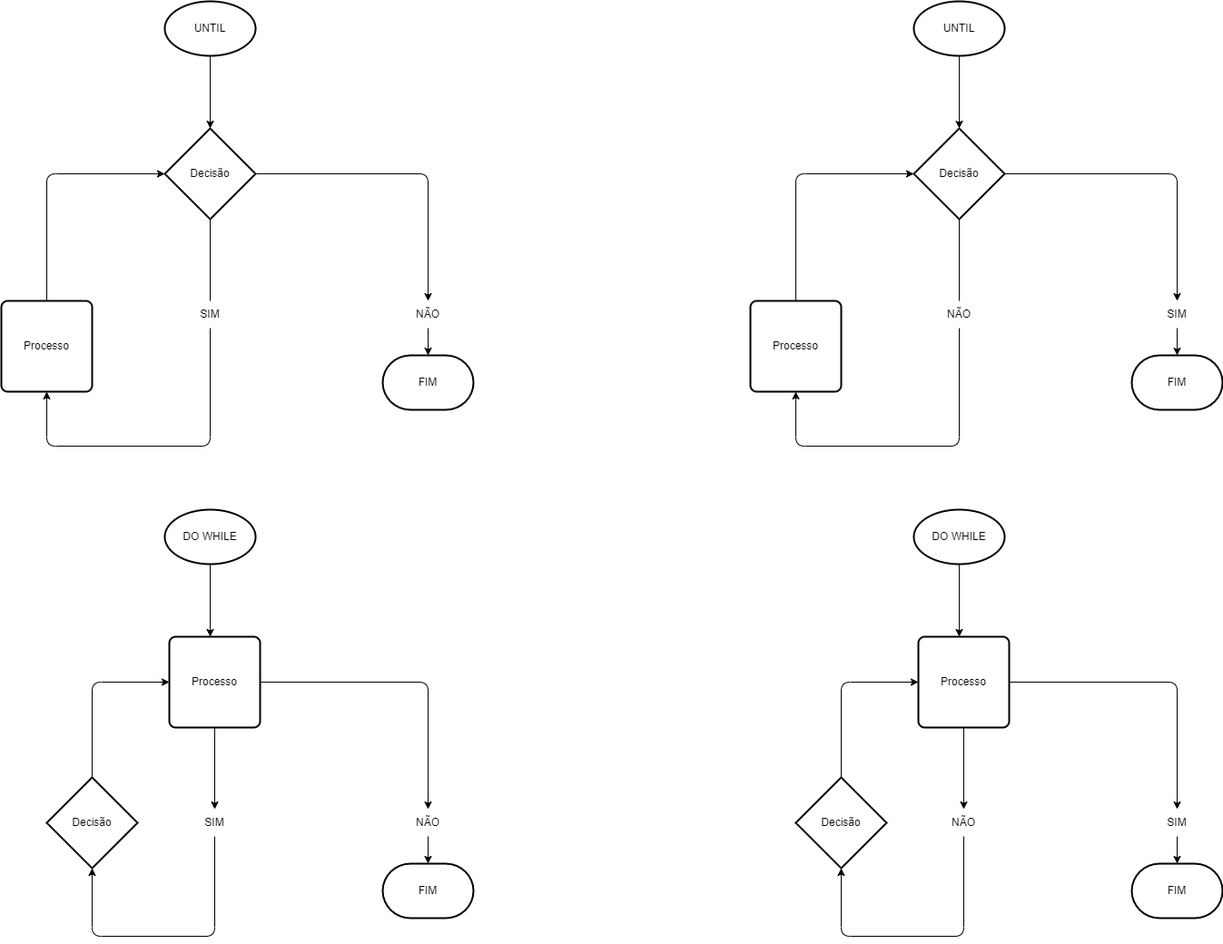
BATENDER/exercicios_fluxograma keeps this draw.io diagram as estruturasdeRepeticao.png. Above is the earlier version. Source tidied: cells renumbered, new cells last; positions are measured from the earlier drawing's top-left corner, leaving out a move shared by most shapes.
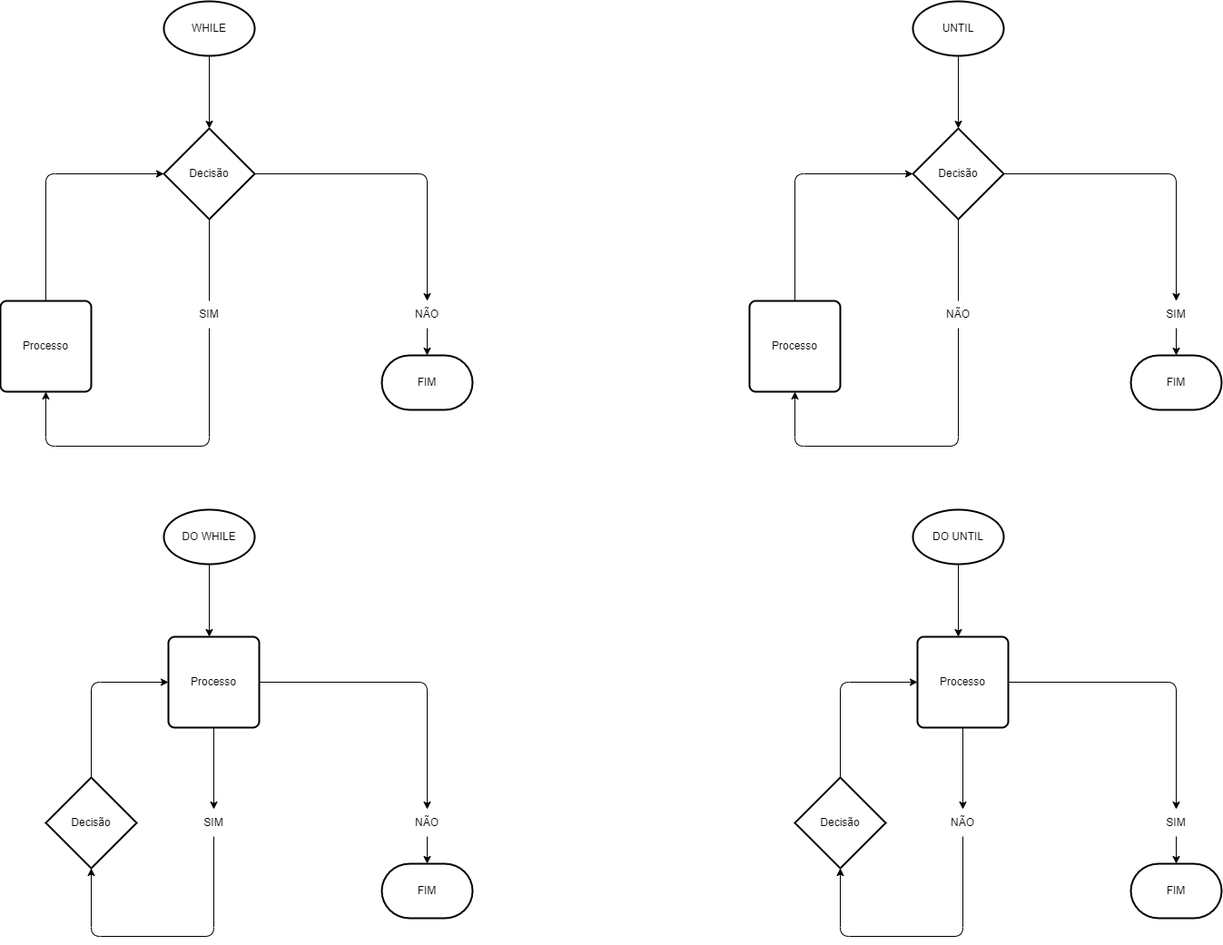
Above is the later version.

What changed in the source:
```diff
@@ -5,7 +5,7 @@
     <mxCell id="2" style="edgeStyle=orthogonalEdgeStyle;html=1;entryX=0.5;entryY=0;entryDx=0;entryDy=0;entryPerimeter=0;" parent="1" edge="1" source="3" target="6">
       <mxGeometry relative="1" as="geometry" />
     </mxCell>
-    <mxCell id="3" value="UNTIL" style="strokeWidth=2;html=1;shape=mxgraph.flowchart.start_1;whiteSpace=wrap;" parent="1" vertex="1">
+    <mxCell id="3" value="WHILE" style="strokeWidth=2;html=1;shape=mxgraph.flowchart.start_1;whiteSpace=wrap;" parent="1" vertex="1">
       <mxGeometry x="180" width="100" height="60" as="geometry" />
     </mxCell>
     <mxCell id="4" style="edgeStyle=orthogonalEdgeStyle;html=1;entryX=0.5;entryY=1;entryDx=0;entryDy=0;exitX=0.5;exitY=1;exitDx=0;exitDy=0;exitPerimeter=0;startArrow=none;" parent="1" edge="1" source="10" target="8">
@@ -147,7 +147,7 @@
         <mxPoint x="1055" y="700" as="targetPoint" />
       </mxGeometry>
     </mxCell>
-    <mxCell id="39" value="DO WHILE" style="strokeWidth=2;html=1;shape=mxgraph.flowchart.start_1;whiteSpace=wrap;" parent="1" vertex="1">
+    <mxCell id="39" value="DO UNTIL" style="strokeWidth=2;html=1;shape=mxgraph.flowchart.start_1;whiteSpace=wrap;" parent="1" vertex="1">
       <mxGeometry x="1005" y="560" width="100" height="60" as="geometry" />
     </mxCell>
     <mxCell id="40" style="edgeStyle=orthogonalEdgeStyle;html=1;entryX=0.5;entryY=0;entryDx=0;entryDy=0;exitX=1;exitY=0.5;exitDx=0;exitDy=0;" parent="1" edge="1" source="49" target="44">
```
